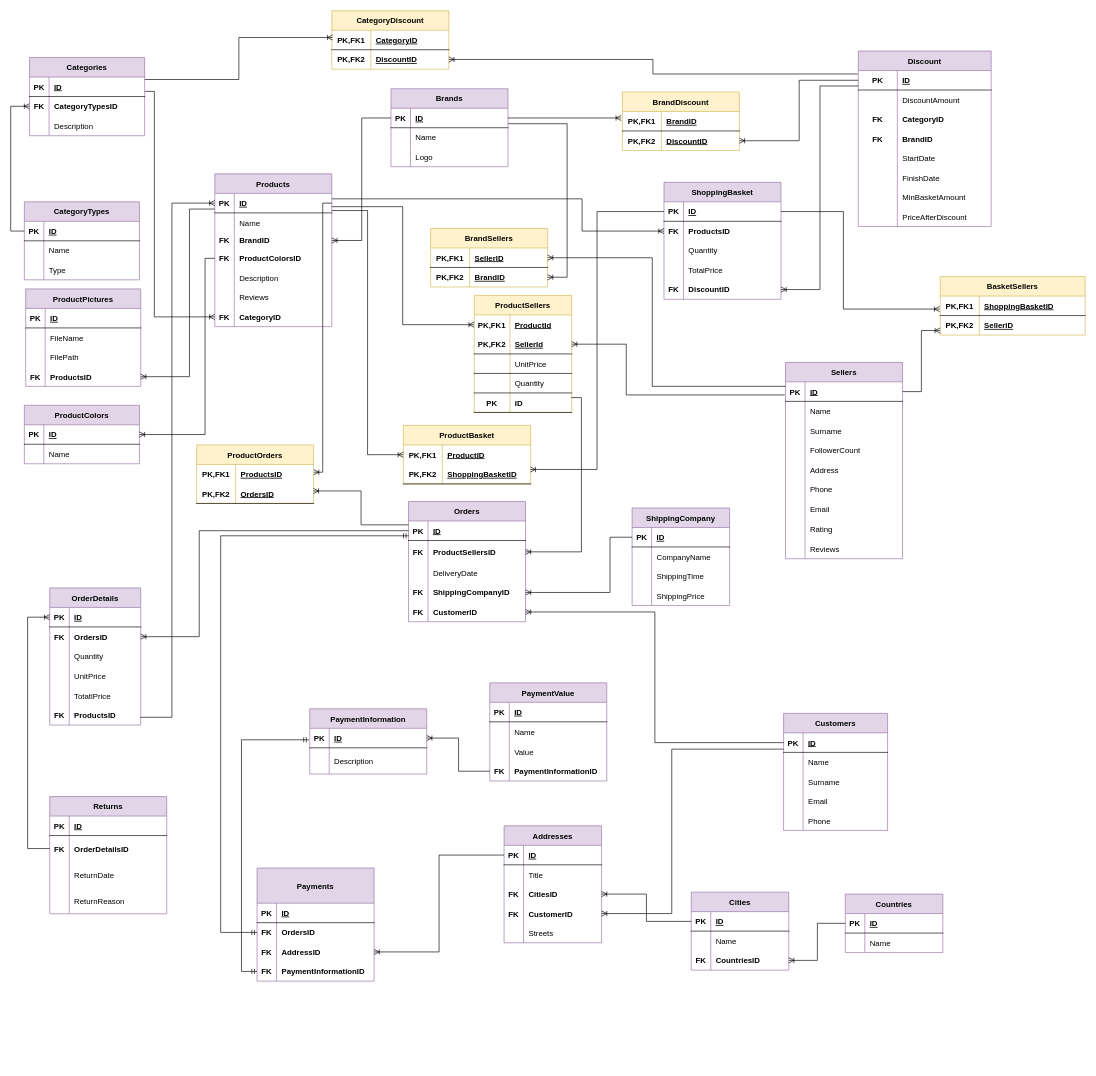
Above: Son.drawio in HandeYetisen/Python (draw.io), before the change. Source tidied: cells renumbered, new cells numbered last; positions are measured from the earlier drawing's top-left corner, leaving out a move shared by most shapes. Both pictures are drawn from the tidied source at 65%, with x=0, y=0 at pixel (10, 10).
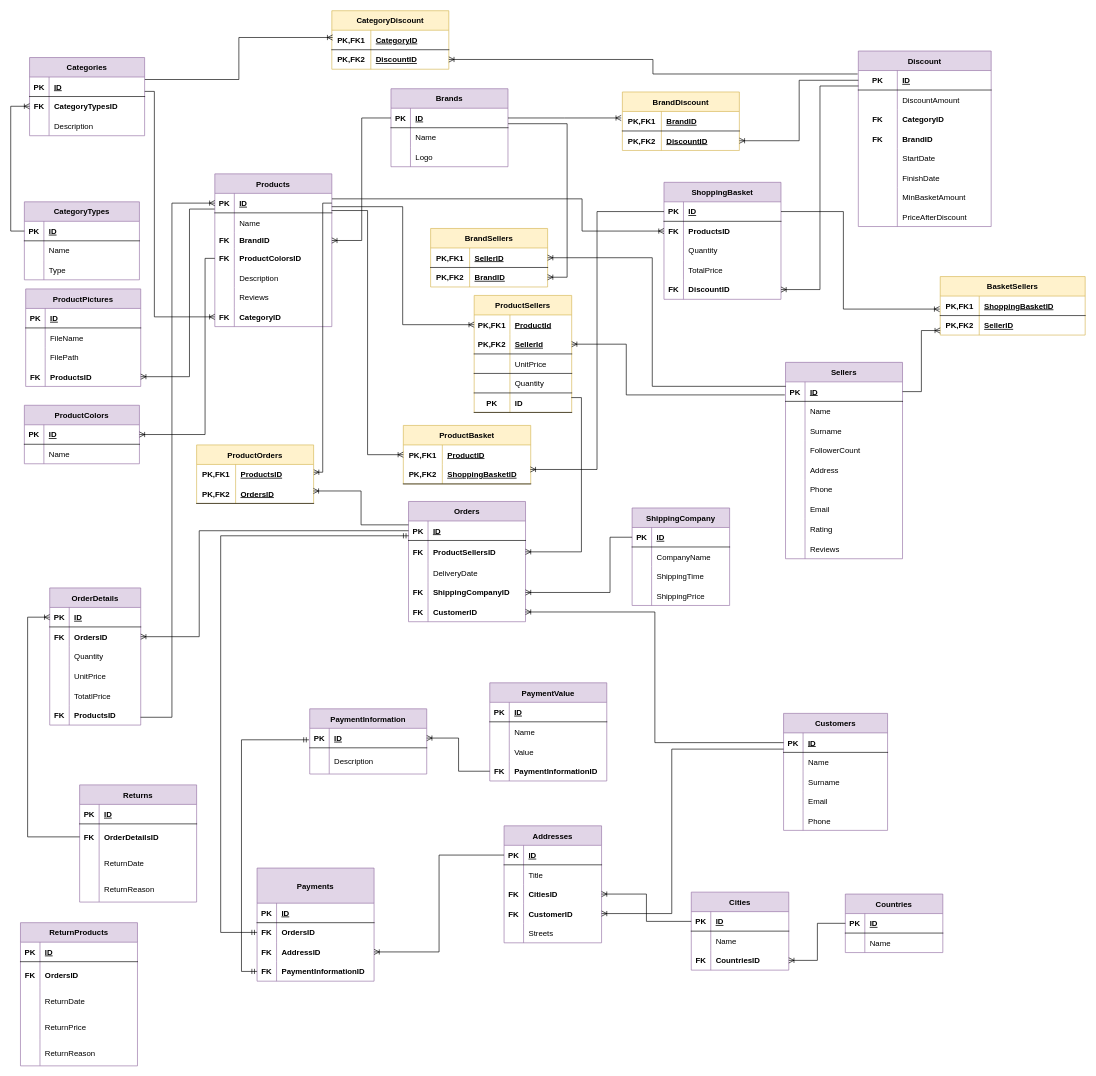
The same diagram, later.

Change to the diagram source:
```diff
@@
     <mxCell id="367" value="Returns" style="shape=table;startSize=30;childLayout=tableLayout;rowLines=0;fontStyle=1;align=center;fillColor=#e1d5e7;strokeColor=#9673a6;" parent="1" vertex="1">
-      <mxGeometry x="60" y="1209" width="180" height="180.3" as="geometry" />
+      <mxGeometry x="106" y="1191" width="180" height="180.3" as="geometry" />
     </mxCell>
@@
+    <mxCell id="381" value="ReturnProducts" style="shape=table;startSize=30;childLayout=tableLayout;rowLines=0;fontStyle=1;align=center;fillColor=#e1d5e7;strokeColor=#9673a6;" parent="1" vertex="1">
+      <mxGeometry x="15" y="1403" width="180" height="220.3" as="geometry" />
+    </mxCell>
+    <mxCell id="382" style="shape=tableRow;horizontal=0;startSize=0;swimlaneHead=0;swimlaneBody=0;fillColor=none;top=0;left=0;right=0;bottom=1;" parent="381" vertex="1">
+      <mxGeometry y="30" width="180" height="30" as="geometry" />
+    </mxCell>
+    <mxCell id="383" value="PK" style="shape=partialRectangle;fillColor=none;top=0;left=0;bottom=0;right=0;fontStyle=1;overflow=hidden;" parent="382" vertex="1">
+      <mxGeometry width="30" height="30" as="geometry" />
+    </mxCell>
+    <mxCell id="384" value="ID" style="shape=partialRectangle;fillColor=none;top=0;left=0;bottom=0;right=0;align=left;spacingLeft=6;fontStyle=5;overflow=hidden;" parent="382" vertex="1">
+      <mxGeometry x="30" width="150" height="30" as="geometry" />
+    </mxCell>
+    <mxCell id="385" style="shape=tableRow;horizontal=0;startSize=0;swimlaneHead=0;swimlaneBody=0;fillColor=none;top=0;left=0;right=0;bottom=0;" parent="381" vertex="1">
+      <mxGeometry y="60" width="180" height="40" as="geometry" />
+    </mxCell>
+    <mxCell id="386" value="FK" style="shape=partialRectangle;fillColor=none;top=0;left=0;bottom=0;right=0;overflow=hidden;fontStyle=1;" parent="385" vertex="1">
+      <mxGeometry width="30" height="40" as="geometry" />
+    </mxCell>
+    <mxCell id="387" value="OrdersID" style="shape=partialRectangle;fillColor=none;top=0;left=0;bottom=0;right=0;align=left;spacingLeft=6;overflow=hidden;fontStyle=1;" parent="385" vertex="1">
+      <mxGeometry x="30" width="150" height="40" as="geometry" />
+    </mxCell>
+    <mxCell id="388" style="shape=tableRow;horizontal=0;startSize=0;swimlaneHead=0;swimlaneBody=0;fillColor=none;top=0;left=0;right=0;bottom=0;" parent="381" vertex="1">
+      <mxGeometry y="100" width="180" height="40" as="geometry" />
+    </mxCell>
+    <mxCell id="389" style="shape=partialRectangle;fillColor=none;top=0;left=0;bottom=0;right=0;overflow=hidden;fontStyle=1;" parent="388" vertex="1">
+      <mxGeometry width="30" height="40" as="geometry" />
+    </mxCell>
+    <mxCell id="390" value="ReturnDate" style="shape=partialRectangle;fillColor=none;top=0;left=0;bottom=0;right=0;align=left;spacingLeft=6;overflow=hidden;fontStyle=0;" parent="388" vertex="1">
+      <mxGeometry x="30" width="150" height="40" as="geometry" />
+    </mxCell>
+    <mxCell id="391" style="shape=tableRow;horizontal=0;startSize=0;swimlaneHead=0;swimlaneBody=0;fillColor=none;top=0;left=0;right=0;bottom=0;" parent="381" vertex="1">
+      <mxGeometry y="140" width="180" height="40" as="geometry" />
+    </mxCell>
+    <mxCell id="392" style="shape=partialRectangle;fillColor=none;top=0;left=0;bottom=0;right=0;overflow=hidden;fontStyle=1;" parent="391" vertex="1">
+      <mxGeometry width="30" height="40" as="geometry" />
+    </mxCell>
+    <mxCell id="393" value="ReturnPrice" style="shape=partialRectangle;fillColor=none;top=0;left=0;bottom=0;right=0;align=left;spacingLeft=6;overflow=hidden;fontStyle=0;" parent="391" vertex="1">
+      <mxGeometry x="30" width="150" height="40" as="geometry" />
+    </mxCell>
+    <mxCell id="394" style="shape=tableRow;horizontal=0;startSize=0;swimlaneHead=0;swimlaneBody=0;fillColor=none;top=0;left=0;right=0;bottom=0;" parent="381" vertex="1">
+      <mxGeometry y="180" width="180" height="40" as="geometry" />
+    </mxCell>
+    <mxCell id="395" style="shape=partialRectangle;fillColor=none;top=0;left=0;bottom=0;right=0;overflow=hidden;fontStyle=1;" parent="394" vertex="1">
+      <mxGeometry width="30" height="40" as="geometry" />
+    </mxCell>
+    <mxCell id="396" value="ReturnReason" style="shape=partialRectangle;fillColor=none;top=0;left=0;bottom=0;right=0;align=left;spacingLeft=6;overflow=hidden;fontStyle=0;" parent="394" vertex="1">
+      <mxGeometry x="30" width="150" height="40" as="geometry" />
+    </mxCell>
```
